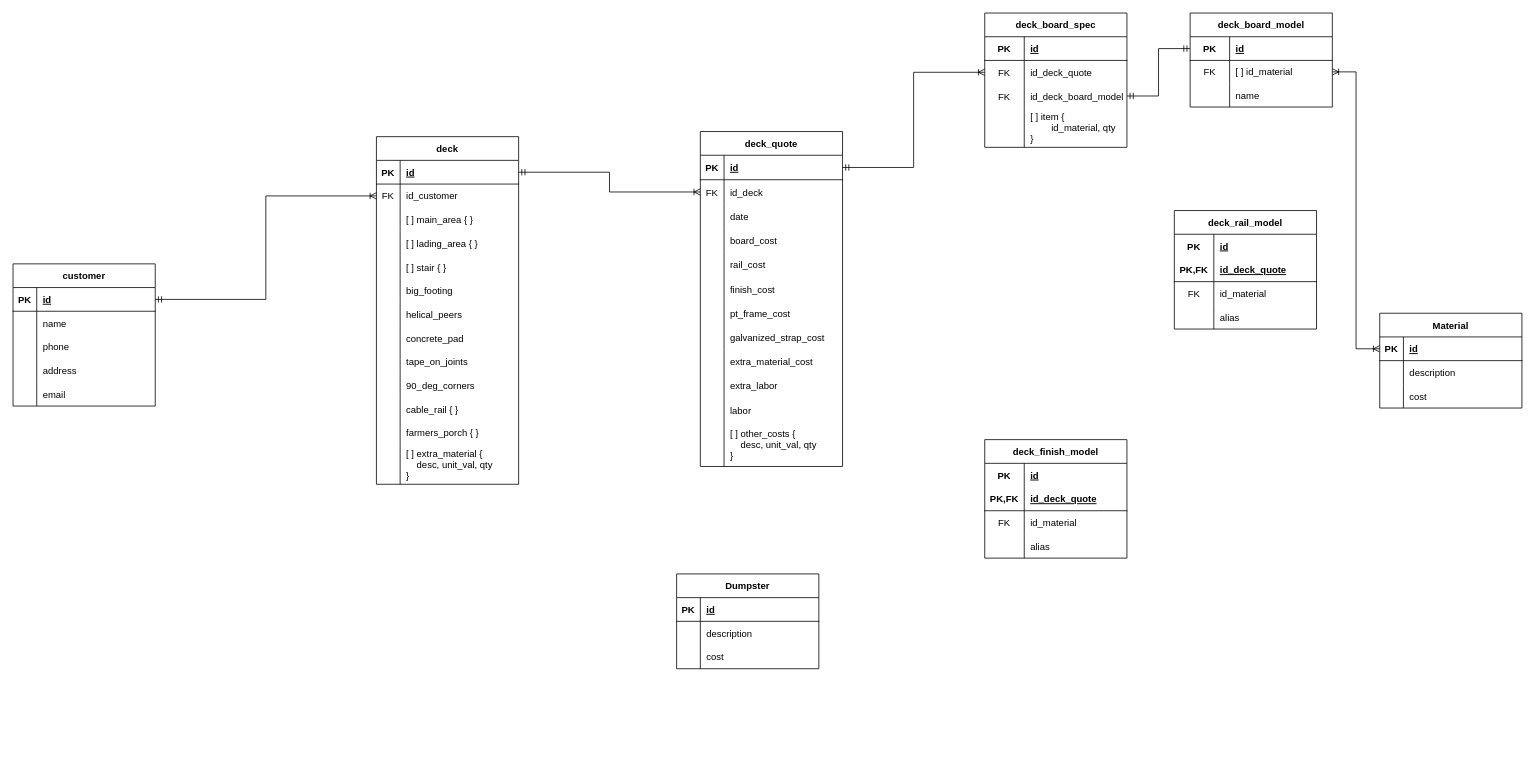
The draw.io diagram der.drawio in winter-hill-builders/docker, before the edit. Source tidied: cells renumbered, new cells numbered last; positions are measured from the earlier drawing's top-left corner, leaving out a move shared by most shapes. Both pictures are drawn from the tidied source at 79%, with x=0, y=0 at pixel (13, 13).
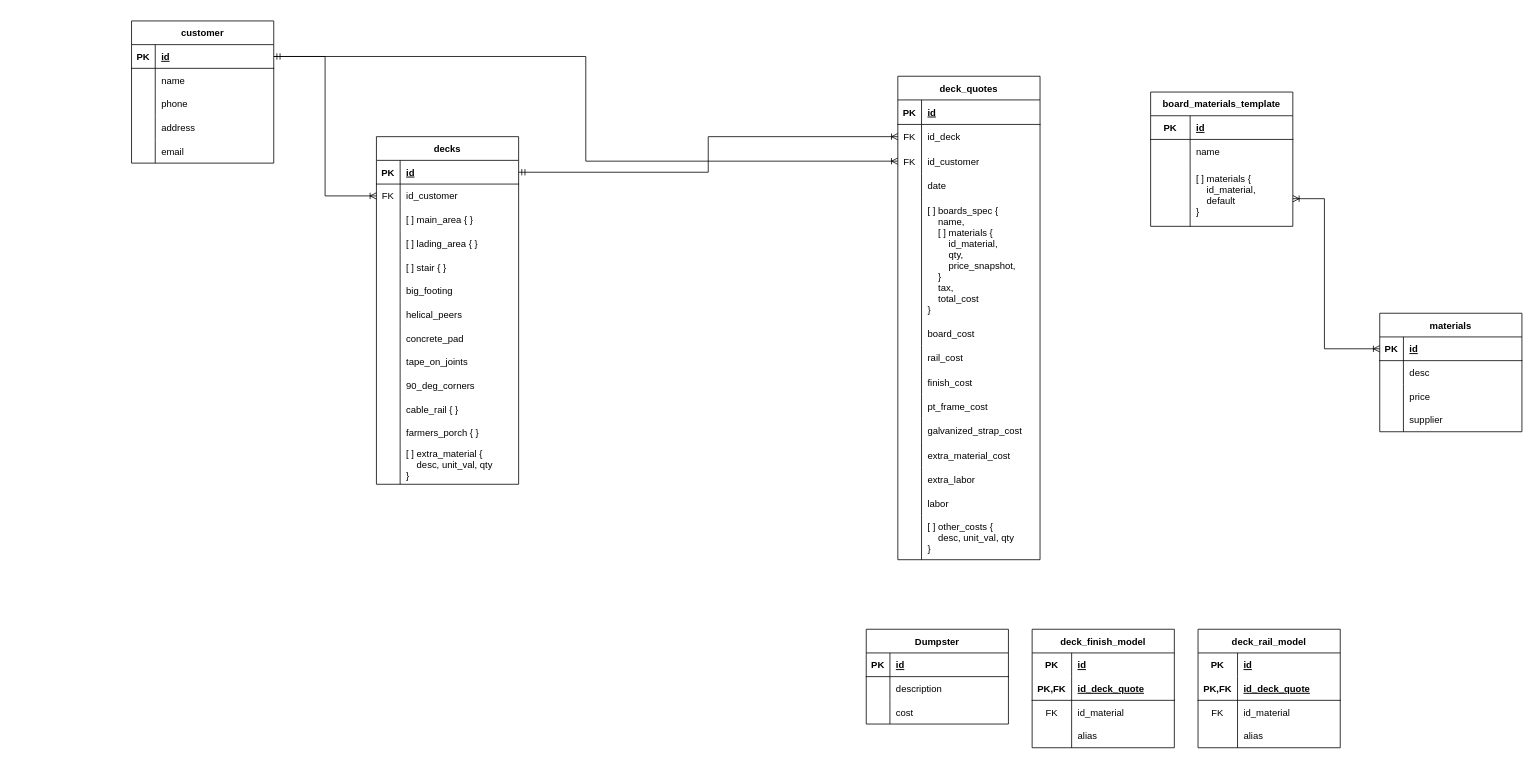
Above is the later version.

Unchanged cells that the change refers to:
```xml
<mxCell id="3" style="shape=tableRow;horizontal=0;startSize=0;swimlaneHead=0;swimlaneBody=0;fillColor=none;points=[[0,0.5],[1,0.5]];portConstraint=eastwest;top=0;left=0;right=0;bottom=1;" parent="2" vertex="1">
  <mxGeometry y="30" width="180" height="30" as="geometry" />
</mxCell>
<mxCell id="6" style="shape=tableRow;horizontal=0;startSize=0;swimlaneHead=0;swimlaneBody=0;fillColor=none;top=0;left=0;right=0;bottom=0;" parent="2" vertex="1">
  <mxGeometry y="60" width="180" height="30" as="geometry" />
</mxCell>
<mxCell id="9" style="shape=tableRow;horizontal=0;startSize=0;swimlaneHead=0;swimlaneBody=0;fillColor=none;top=0;left=0;right=0;bottom=0;" parent="2" vertex="1">
  <mxGeometry y="90" width="180" height="30" as="geometry" />
</mxCell>
<mxCell id="13" style="shape=tableRow;horizontal=0;startSize=0;swimlaneHead=0;swimlaneBody=0;fillColor=none;points=[[0,0.5],[1,0.5]];portConstraint=eastwest;top=0;left=0;right=0;bottom=1;" parent="12" vertex="1">
  <mxGeometry y="30" width="180" height="30" as="geometry" />
</mxCell>
<mxCell id="69" style="shape=tableRow;horizontal=0;startSize=0;swimlaneHead=0;swimlaneBody=0;fillColor=none;points=[[0,0.5],[1,0.5]];portConstraint=eastwest;top=0;left=0;right=0;bottom=1;sketch=0;" parent="68" vertex="1">
  <mxGeometry y="30" width="180" height="31" as="geometry" />
</mxCell>
<mxCell id="146" style="shape=tableRow;horizontal=0;startSize=0;swimlaneHead=0;swimlaneBody=0;fillColor=none;points=[[0,0.5],[1,0.5]];portConstraint=eastwest;top=0;left=0;right=0;bottom=1;" parent="145" vertex="1">
  <mxGeometry y="30" width="180" height="30" as="geometry" />
</mxCell>
```

Change to the diagram source:
```diff
@@
-    <mxCell id="2" value="Material" style="shape=table;startSize=30;childLayout=tableLayout;rowLines=0;fontStyle=1;align=center;" parent="1" vertex="1">
-      <mxGeometry x="1730" y="380" width="180" height="120" as="geometry" />
+    <mxCell id="2" value="materials" style="shape=table;startSize=30;childLayout=tableLayout;rowLines=0;fontStyle=1;align=center;" parent="1" vertex="1">
+      <mxGeometry x="1730" y="380" width="180" height="150" as="geometry" />
     </mxCell>
@@
-    <mxCell id="8" value="description" style="shape=partialRectangle;fillColor=none;top=0;left=0;bottom=0;right=0;align=left;spacingLeft=6;overflow=hidden;" parent="6" vertex="1">
+    <mxCell id="8" value="desc" style="shape=partialRectangle;fillColor=none;top=0;left=0;bottom=0;right=0;align=left;spacingLeft=6;overflow=hidden;" parent="6" vertex="1">
       <mxGeometry x="30" width="150" height="30" as="geometry" />
     </mxCell>
@@
-    <mxCell id="11" value="cost" style="shape=partialRectangle;fillColor=none;top=0;left=0;bottom=0;right=0;align=left;spacingLeft=6;overflow=hidden;" parent="9" vertex="1">
+    <mxCell id="11" value="price" style="shape=partialRectangle;fillColor=none;top=0;left=0;bottom=0;right=0;align=left;spacingLeft=6;overflow=hidden;" parent="9" vertex="1">
       <mxGeometry x="30" width="150" height="30" as="geometry" />
     </mxCell>
+    <mxCell id="170" style="shape=tableRow;horizontal=0;startSize=0;swimlaneHead=0;swimlaneBody=0;fillColor=none;top=0;left=0;right=0;bottom=0;" parent="2" vertex="1">
+      <mxGeometry y="120" width="180" height="30" as="geometry" />
+    </mxCell>
+    <mxCell id="171" style="shape=partialRectangle;fillColor=none;top=0;left=0;bottom=0;right=0;overflow=hidden;" parent="170" vertex="1">
+      <mxGeometry width="30" height="30" as="geometry" />
+    </mxCell>
+    <mxCell id="172" value="supplier" style="shape=partialRectangle;fillColor=none;top=0;left=0;bottom=0;right=0;align=left;spacingLeft=6;overflow=hidden;" parent="170" vertex="1">
+      <mxGeometry x="30" width="150" height="30" as="geometry" />
+    </mxCell>
     <mxCell id="12" value="customer" style="shape=table;startSize=30;childLayout=tableLayout;rowLines=0;fontStyle=1;align=center;" parent="1" vertex="1">
-      <mxGeometry y="317.5" width="180" height="180" as="geometry" />
+      <mxGeometry x="150" y="10" width="180" height="180" as="geometry" />
     </mxCell>
@@
-    <mxCell id="28" value="deck" style="shape=table;startSize=30;childLayout=tableLayout;rowLines=0;fontStyle=1;align=center;" parent="1" vertex="1">
+    <mxCell id="28" value="decks" style="shape=table;startSize=30;childLayout=tableLayout;rowLines=0;fontStyle=1;align=center;" parent="1" vertex="1">
       <mxGeometry x="460" y="156.5" width="180" height="440" as="geometry" />
     </mxCell>
@@
-    <mxCell id="68" value="deck_quote" style="shape=table;startSize=30;childLayout=tableLayout;rowLines=0;fontStyle=1;align=center;sketch=0;swimlaneHead=1;swimlaneBody=1;horizontal=1;top=1;bottom=1;left=1;right=1;enumerate=0;" parent="1" vertex="1">
-      <mxGeometry x="870" y="150" width="180" height="424" as="geometry" />
+    <mxCell id="68" value="deck_quotes" style="shape=table;startSize=30;childLayout=tableLayout;rowLines=0;fontStyle=1;align=center;sketch=0;swimlaneHead=1;swimlaneBody=1;horizontal=1;top=1;bottom=1;left=1;right=1;enumerate=0;" parent="1" vertex="1">
+      <mxGeometry x="1120" y="80" width="180" height="612" as="geometry" />
     </mxCell>
@@
+    <mxCell id="173" style="shape=tableRow;horizontal=0;startSize=0;swimlaneHead=0;swimlaneBody=0;fillColor=none;points=[[0,0.5],[1,0.5]];portConstraint=eastwest;top=0;left=0;right=0;bottom=0;sketch=0;" parent="68" vertex="1">
+      <mxGeometry y="92" width="180" height="31" as="geometry" />
+    </mxCell>
+    <mxCell id="174" value="FK" style="shape=partialRectangle;fillColor=none;top=0;left=0;bottom=0;right=0;overflow=hidden;sketch=0;fontStyle=0;" parent="173" vertex="1">
+      <mxGeometry width="30" height="31" as="geometry" />
+    </mxCell>
+    <mxCell id="175" value="id_customer" style="shape=partialRectangle;fillColor=none;top=0;left=0;bottom=0;right=0;align=left;spacingLeft=6;overflow=hidden;sketch=0;" parent="173" vertex="1">
+      <mxGeometry x="30" width="150" height="31" as="geometry" />
+    </mxCell>
     <mxCell id="75" style="shape=tableRow;horizontal=0;startSize=0;swimlaneHead=0;swimlaneBody=0;fillColor=none;top=0;left=0;right=0;bottom=0;sketch=0;" parent="68" vertex="1">
-      <mxGeometry y="92" width="180" height="31" as="geometry" />
+      <mxGeometry y="123" width="180" height="31" as="geometry" />
     </mxCell>
@@
+    <mxCell id="176" style="shape=tableRow;horizontal=0;startSize=0;swimlaneHead=0;swimlaneBody=0;fillColor=none;top=0;left=0;right=0;bottom=0;sketch=0;" parent="68" vertex="1">
+      <mxGeometry y="154" width="180" height="157" as="geometry" />
+    </mxCell>
+    <mxCell id="177" style="shape=partialRectangle;fillColor=none;top=0;left=0;bottom=0;right=0;overflow=hidden;sketch=0;" parent="176" vertex="1">
+      <mxGeometry width="30" height="157" as="geometry" />
+    </mxCell>
+    <mxCell id="178" value="[ ] boards_spec {&#10;    name,&#10;    [ ] materials {&#10;        id_material,&#10;        qty,&#10;        price_snapshot,&#10;    }&#10;    tax,&#10;    total_cost&#10;}" style="shape=partialRectangle;fillColor=none;top=0;left=0;bottom=0;right=0;align=left;spacingLeft=6;overflow=hidden;sketch=0;" parent="176" vertex="1">
+      <mxGeometry x="30" width="150" height="157" as="geometry" />
+    </mxCell>
     <mxCell id="78" style="shape=tableRow;horizontal=0;startSize=0;swimlaneHead=0;swimlaneBody=0;fillColor=none;top=0;left=0;right=0;bottom=0;sketch=0;" parent="68" vertex="1">
-      <mxGeometry y="123" width="180" height="30" as="geometry" />
+      <mxGeometry y="311" width="180" height="30" as="geometry" />
     </mxCell>
@@
     <mxCell id="81" style="shape=tableRow;horizontal=0;startSize=0;swimlaneHead=0;swimlaneBody=0;fillColor=none;top=0;left=0;right=0;bottom=0;sketch=0;" parent="68" vertex="1">
-      <mxGeometry y="153" width="180" height="31" as="geometry" />
+      <mxGeometry y="341" width="180" height="31" as="geometry" />
     </mxCell>
@@
     <mxCell id="84" style="shape=tableRow;horizontal=0;startSize=0;swimlaneHead=0;swimlaneBody=0;fillColor=none;top=0;left=0;right=0;bottom=0;sketch=0;" parent="68" vertex="1">
-      <mxGeometry y="184" width="180" height="31" as="geometry" />
+      <mxGeometry y="372" width="180" height="31" as="geometry" />
     </mxCell>
@@
     <mxCell id="87" style="shape=tableRow;horizontal=0;startSize=0;swimlaneHead=0;swimlaneBody=0;fillColor=none;top=0;left=0;right=0;bottom=0;sketch=0;" parent="68" vertex="1">
-      <mxGeometry y="215" width="180" height="30" as="geometry" />
+      <mxGeometry y="403" width="180" height="30" as="geometry" />
     </mxCell>
@@
     <mxCell id="90" style="shape=tableRow;horizontal=0;startSize=0;swimlaneHead=0;swimlaneBody=0;fillColor=none;top=0;left=0;right=0;bottom=0;sketch=0;" parent="68" vertex="1">
-      <mxGeometry y="245" width="180" height="31" as="geometry" />
+      <mxGeometry y="433" width="180" height="31" as="geometry" />
     </mxCell>
@@
     <mxCell id="93" style="shape=tableRow;horizontal=0;startSize=0;swimlaneHead=0;swimlaneBody=0;fillColor=none;top=0;left=0;right=0;bottom=0;sketch=0;" parent="68" vertex="1">
-      <mxGeometry y="276" width="180" height="31" as="geometry" />
+      <mxGeometry y="464" width="180" height="31" as="geometry" />
     </mxCell>
@@
     <mxCell id="96" style="shape=tableRow;horizontal=0;startSize=0;swimlaneHead=0;swimlaneBody=0;fillColor=none;top=0;left=0;right=0;bottom=0;sketch=0;" parent="68" vertex="1">
-      <mxGeometry y="307" width="180" height="30" as="geometry" />
+      <mxGeometry y="495" width="180" height="30" as="geometry" />
     </mxCell>
@@
     <mxCell id="99" style="shape=tableRow;horizontal=0;startSize=0;swimlaneHead=0;swimlaneBody=0;fillColor=none;top=0;left=0;right=0;bottom=0;sketch=0;" parent="68" vertex="1">
-      <mxGeometry y="337" width="180" height="31" as="geometry" />
+      <mxGeometry y="525" width="180" height="31" as="geometry" />
     </mxCell>
@@
     <mxCell id="102" style="shape=tableRow;horizontal=0;startSize=0;swimlaneHead=0;swimlaneBody=0;fillColor=none;top=0;left=0;right=0;bottom=0;sketch=0;" parent="68" vertex="1">
-      <mxGeometry y="368" width="180" height="56" as="geometry" />
+      <mxGeometry y="556" width="180" height="56" as="geometry" />
     </mxCell>
@@
     <mxCell id="105" value="deck_rail_model" style="shape=table;startSize=30;childLayout=tableLayout;rowLines=0;fontStyle=1;align=center;" parent="1" vertex="1">
-      <mxGeometry x="1470" y="250" width="180" height="150" as="geometry" />
+      <mxGeometry x="1500" y="780" width="180" height="150" as="geometry" />
     </mxCell>
@@
     <mxCell id="118" value="deck_finish_model" style="shape=table;startSize=30;childLayout=tableLayout;rowLines=0;fontStyle=1;align=center;sketch=0;" parent="1" vertex="1">
-      <mxGeometry x="1230" y="540" width="180" height="150" as="geometry" />
+      <mxGeometry x="1290" y="780" width="180" height="150" as="geometry" />
     </mxCell>
@@
     <mxCell id="131" value="Dumpster" style="shape=table;startSize=30;childLayout=tableLayout;rowLines=0;fontStyle=1;align=center;" parent="1" vertex="1">
-      <mxGeometry x="840" y="710" width="180" height="120" as="geometry" />
+      <mxGeometry x="1080" y="780" width="180" height="120" as="geometry" />
     </mxCell>
@@
-    <mxCell id="141" style="edgeStyle=orthogonalEdgeStyle;rounded=0;jettySize=auto;html=1;entryX=0;entryY=0.5;entryDx=0;entryDy=0;endArrow=ERoneToMany;endFill=0;startArrow=ERoneToMany;startFill=0;" parent="1" edge="1" source="149" target="3">
-      <mxGeometry relative="1" as="geometry" />
+    <mxCell id="141" style="edgeStyle=orthogonalEdgeStyle;rounded=0;jettySize=auto;html=1;entryX=0;entryY=0.5;entryDx=0;entryDy=0;endArrow=ERoneToMany;endFill=0;startArrow=ERoneToMany;startFill=0;" parent="1" edge="1" target="3">
+      <mxGeometry relative="1" as="geometry">
+        <mxPoint x="1620" y="235" as="sourcePoint" />
+        <Array as="points">
+          <mxPoint x="1660" y="235" />
+          <mxPoint x="1660" y="425" />
+        </Array>
+      </mxGeometry>
     </mxCell>
@@
-    <mxCell id="145" value="deck_board_model" style="shape=table;startSize=30;childLayout=tableLayout;rowLines=0;fontStyle=1;align=center;" parent="1" vertex="1">
-      <mxGeometry x="1490" width="180" height="119" as="geometry" />
+    <mxCell id="145" value="board_materials_template" style="shape=table;startSize=30;childLayout=tableLayout;rowLines=0;fontStyle=1;align=center;" parent="1" vertex="1">
+      <mxGeometry x="1440" y="100" width="180" height="170" as="geometry" />
     </mxCell>
@@
-    <mxCell id="149" style="shape=tableRow;horizontal=0;startSize=0;swimlaneHead=0;swimlaneBody=0;fillColor=none;points=[[0,0.5],[1,0.5]];portConstraint=eastwest;top=0;left=0;right=0;bottom=0;" parent="145" vertex="1">
-      <mxGeometry y="60" width="180" height="29" as="geometry" />
-    </mxCell>
-    <mxCell id="150" value="FK" style="shape=partialRectangle;fillColor=none;top=0;left=0;bottom=0;right=0;overflow=hidden;" parent="149" vertex="1">
-      <mxGeometry width="50" height="29" as="geometry" />
-    </mxCell>
-    <mxCell id="151" value="[ ] id_material" style="shape=partialRectangle;fillColor=none;top=0;left=0;bottom=0;right=0;align=left;spacingLeft=6;overflow=hidden;fontColor=#000000;" parent="149" vertex="1">
-      <mxGeometry x="50" width="130" height="29" as="geometry" />
-    </mxCell>
     <mxCell id="152" style="shape=tableRow;horizontal=0;startSize=0;swimlaneHead=0;swimlaneBody=0;fillColor=none;top=0;left=0;right=0;bottom=0;" parent="145" vertex="1">
-      <mxGeometry y="89" width="180" height="30" as="geometry" />
+      <mxGeometry y="60" width="180" height="30" as="geometry" />
     </mxCell>
@@
-    <mxCell id="155" value="deck_board_spec" style="shape=table;startSize=30;childLayout=tableLayout;rowLines=0;fontStyle=1;align=center;" parent="1" vertex="1">
-      <mxGeometry x="1230" width="180" height="170" as="geometry" />
-    </mxCell>
-    <mxCell id="156" style="shape=tableRow;horizontal=0;startSize=0;swimlaneHead=0;swimlaneBody=0;fillColor=none;top=0;left=0;right=0;bottom=1;" parent="155" vertex="1">
-      <mxGeometry y="30" width="180" height="30" as="geometry" />
-    </mxCell>
-    <mxCell id="157" value="PK" style="shape=partialRectangle;fillColor=none;top=0;left=0;bottom=0;right=0;fontStyle=1;overflow=hidden;" parent="156" vertex="1">
-      <mxGeometry width="50" height="30" as="geometry" />
-    </mxCell>
-    <mxCell id="158" value="id" style="shape=partialRectangle;fillColor=none;top=0;left=0;bottom=0;right=0;align=left;spacingLeft=6;fontStyle=5;overflow=hidden;" parent="156" vertex="1">
-      <mxGeometry x="50" width="130" height="30" as="geometry" />
-    </mxCell>
-    <mxCell id="159" style="shape=tableRow;horizontal=0;startSize=0;swimlaneHead=0;swimlaneBody=0;fillColor=none;points=[[0,0.5],[1,0.5]];portConstraint=eastwest;top=0;left=0;right=0;bottom=0;" parent="155" vertex="1">
-      <mxGeometry y="60" width="180" height="30" as="geometry" />
-    </mxCell>
-    <mxCell id="160" value="FK" style="shape=partialRectangle;fillColor=none;top=0;left=0;bottom=0;right=0;overflow=hidden;" parent="159" vertex="1">
-      <mxGeometry width="50" height="30" as="geometry" />
-    </mxCell>
-    <mxCell id="161" value="id_deck_quote" style="shape=partialRectangle;fillColor=none;top=0;left=0;bottom=0;right=0;align=left;spacingLeft=6;overflow=hidden;" parent="159" vertex="1">
-      <mxGeometry x="50" width="130" height="30" as="geometry" />
-    </mxCell>
-    <mxCell id="162" style="shape=tableRow;horizontal=0;startSize=0;swimlaneHead=0;swimlaneBody=0;fillColor=none;points=[[0,0.5],[1,0.5]];portConstraint=eastwest;top=0;left=0;right=0;bottom=0;" parent="155" vertex="1">
-      <mxGeometry y="90" width="180" height="30" as="geometry" />
-    </mxCell>
-    <mxCell id="163" value="FK" style="shape=partialRectangle;fillColor=none;top=0;left=0;bottom=0;right=0;overflow=hidden;" parent="162" vertex="1">
-      <mxGeometry width="50" height="30" as="geometry" />
-    </mxCell>
-    <mxCell id="164" value="id_deck_board_model" style="shape=partialRectangle;fillColor=none;top=0;left=0;bottom=0;right=0;align=left;spacingLeft=6;overflow=hidden;fontColor=#000000;strokeColor=#000000;" parent="162" vertex="1">
-      <mxGeometry x="50" width="130" height="30" as="geometry" />
-    </mxCell>
-    <mxCell id="165" style="shape=tableRow;horizontal=0;startSize=0;swimlaneHead=0;swimlaneBody=0;fillColor=none;top=0;left=0;right=0;bottom=0;" parent="155" vertex="1">
-      <mxGeometry y="120" width="180" height="50" as="geometry" />
-    </mxCell>
-    <mxCell id="166" style="shape=partialRectangle;fillColor=none;top=0;left=0;bottom=0;right=0;overflow=hidden;" parent="165" vertex="1">
-      <mxGeometry width="50" height="50" as="geometry" />
-    </mxCell>
-    <mxCell id="167" value="[ ] item {&#10;        id_material, qty&#10;}" style="shape=partialRectangle;fillColor=none;top=0;left=0;bottom=0;right=0;align=left;spacingLeft=6;overflow=hidden;fontColor=#000000;strokeColor=#000000;" parent="165" vertex="1">
-      <mxGeometry x="50" width="130" height="50" as="geometry" />
-    </mxCell>
-    <mxCell id="168" style="edgeStyle=orthogonalEdgeStyle;rounded=0;jettySize=auto;html=1;exitX=1;exitY=0.5;exitDx=0;exitDy=0;entryX=0;entryY=0.5;entryDx=0;entryDy=0;fontSize=20;fontColor=#000000;startArrow=ERmandOne;startFill=0;endArrow=ERoneToMany;endFill=0;" parent="1" edge="1" source="69" target="159">
-      <mxGeometry relative="1" as="geometry" />
-    </mxCell>
-    <mxCell id="169" style="edgeStyle=orthogonalEdgeStyle;rounded=0;jettySize=auto;html=1;exitX=1;exitY=0.5;exitDx=0;exitDy=0;fontSize=20;fontColor=#000000;startArrow=ERmandOne;startFill=0;endArrow=ERmandOne;endFill=0;" parent="1" edge="1" source="162" target="146">
-      <mxGeometry relative="1" as="geometry" />
-    </mxCell>
+    <mxCell id="179" style="shape=tableRow;horizontal=0;startSize=0;swimlaneHead=0;swimlaneBody=0;fillColor=none;top=0;left=0;right=0;bottom=0;" parent="145" vertex="1">
+      <mxGeometry y="90" width="180" height="80" as="geometry" />
+    </mxCell>
+    <mxCell id="180" style="shape=partialRectangle;fillColor=none;top=0;left=0;bottom=0;right=0;overflow=hidden;" parent="179" vertex="1">
+      <mxGeometry width="50" height="80" as="geometry" />
+    </mxCell>
+    <mxCell id="181" value="[ ] materials {&#10;    id_material,&#10;    default&#10;}" style="shape=partialRectangle;fillColor=none;top=0;left=0;bottom=0;right=0;align=left;spacingLeft=6;overflow=hidden;" parent="179" vertex="1">
+      <mxGeometry x="50" width="130" height="80" as="geometry" />
+    </mxCell>
+    <mxCell id="182" style="edgeStyle=orthogonalEdgeStyle;rounded=0;jettySize=auto;html=1;entryX=0;entryY=0.5;entryDx=0;entryDy=0;endArrow=ERoneToMany;endFill=0;" parent="1" edge="1" source="13" target="173">
+      <mxGeometry relative="1" as="geometry" />
+    </mxCell>
```
